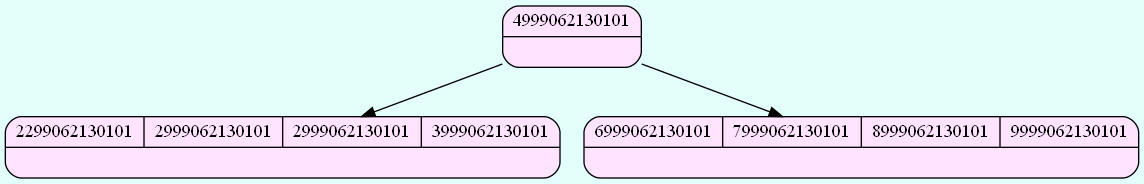
Above: FASE 2/Grafico/Admin_Btree_Clients.png in Serch-ING/EDD_UDRAWING_202000119 (Graphviz), before the change. Its source is kept beside it as FASE 2/Grafico/Admin_Btree_Clients.dot.
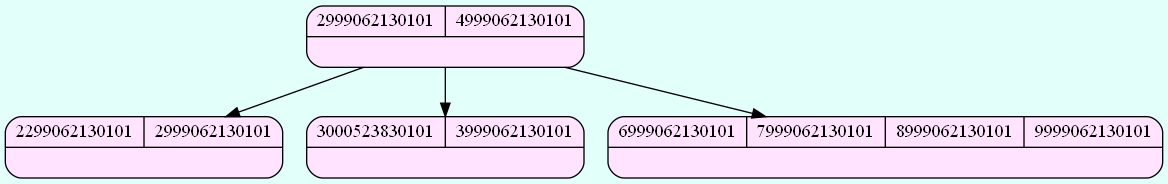
Above is the later version.

Commit message:
ingreso de nuevo usuario desde admin

What changed in the source:
```diff
@@ -1,10 +1,12 @@
 digraph structs {
   bgcolor = "#E3FFFA"
  node [shape=Mrecord fillcolor="#FFE3FF" style =filled];
-struct1185476560[label="{{4999062130101}|<here>}"];
-struct1538651743[label="{{2299062130101| 2999062130101| 2999062130101| 3999062130101}|<here>}"];
-struct978964971[label="{{6999062130101| 7999062130101| 8999062130101| 9999062130101}|<here>}"];
+struct377908872[label="{{2999062130101| 4999062130101}|<here>}"];
+struct443185546[label="{{2299062130101| 2999062130101}|<here>}"];
+struct1960816013[label="{{3000523830101| 3999062130101}|<here>}"];
+struct239528265[label="{{6999062130101| 7999062130101| 8999062130101| 9999062130101}|<here>}"];
 
-struct1185476560->struct1538651743;
-struct1185476560->struct978964971;
+struct377908872->struct443185546;
+struct377908872->struct1960816013;
+struct377908872->struct239528265;
 }
```
